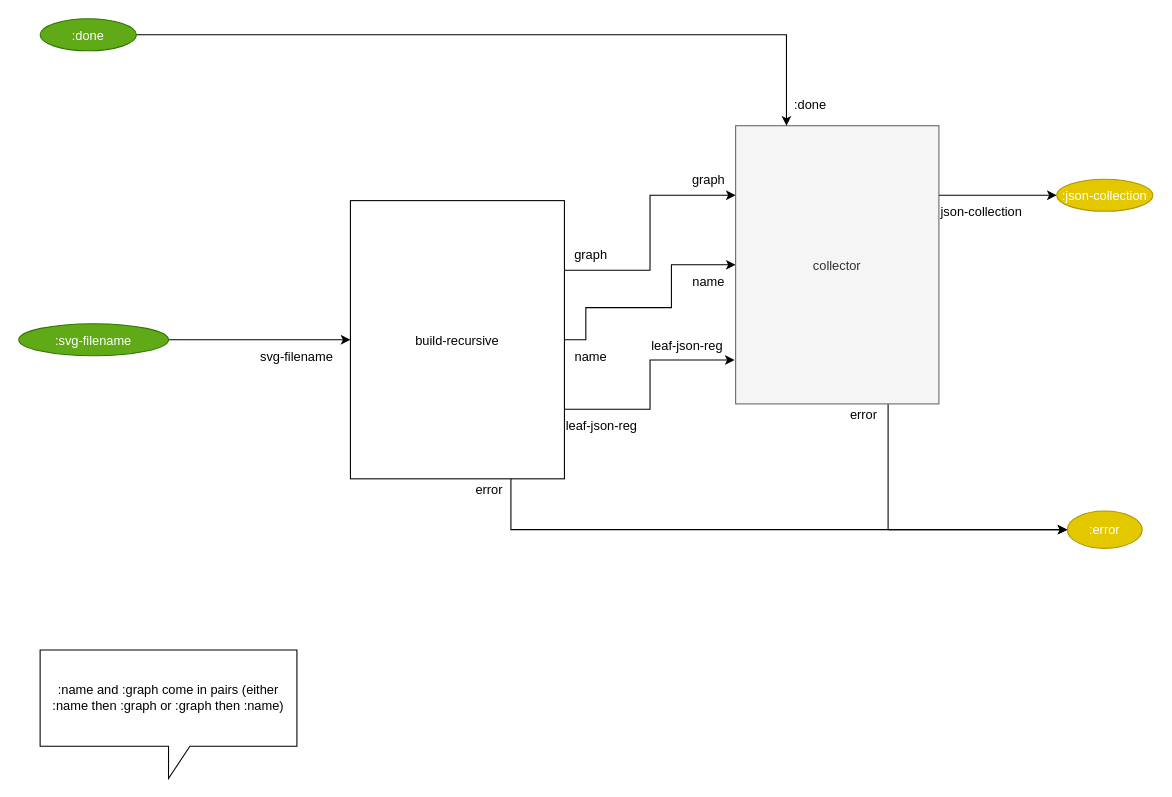
Above: page "1. build" (2 of 5) of build_process/cl-build/build.drawio in bmfbp/bmfbp (draw.io), before the change. Source tidied: cells renumbered, new cells numbered last; positions are measured from the earlier drawing's top-left corner, leaving out a move shared by most shapes. Both pictures are drawn from the tidied source at 107%, with x=0, y=0 at pixel (18, 18).
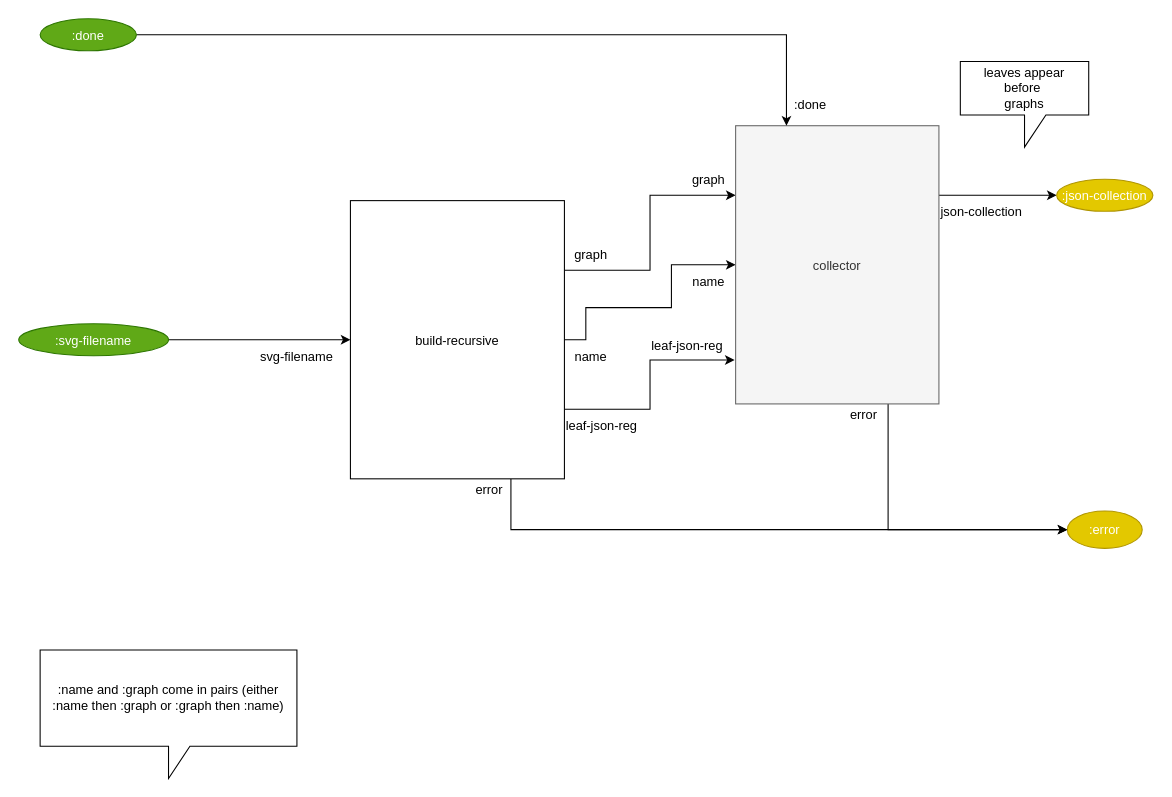
The same page after the edit.

Commit message (it also covers changes not shown here):
build in reverse (depth-first) order ; graphs emitted before leaves

What changed in the source:
```diff
@@
+    <mxCell id="28" value="leaves appear &lt;br&gt;before&amp;nbsp;&lt;br&gt;graphs" style="shape=callout;whiteSpace=wrap;html=1;perimeter=calloutPerimeter;" parent="1" vertex="1">
+      <mxGeometry x="880" y="40" width="120" height="80" as="geometry" />
+    </mxCell>
```
